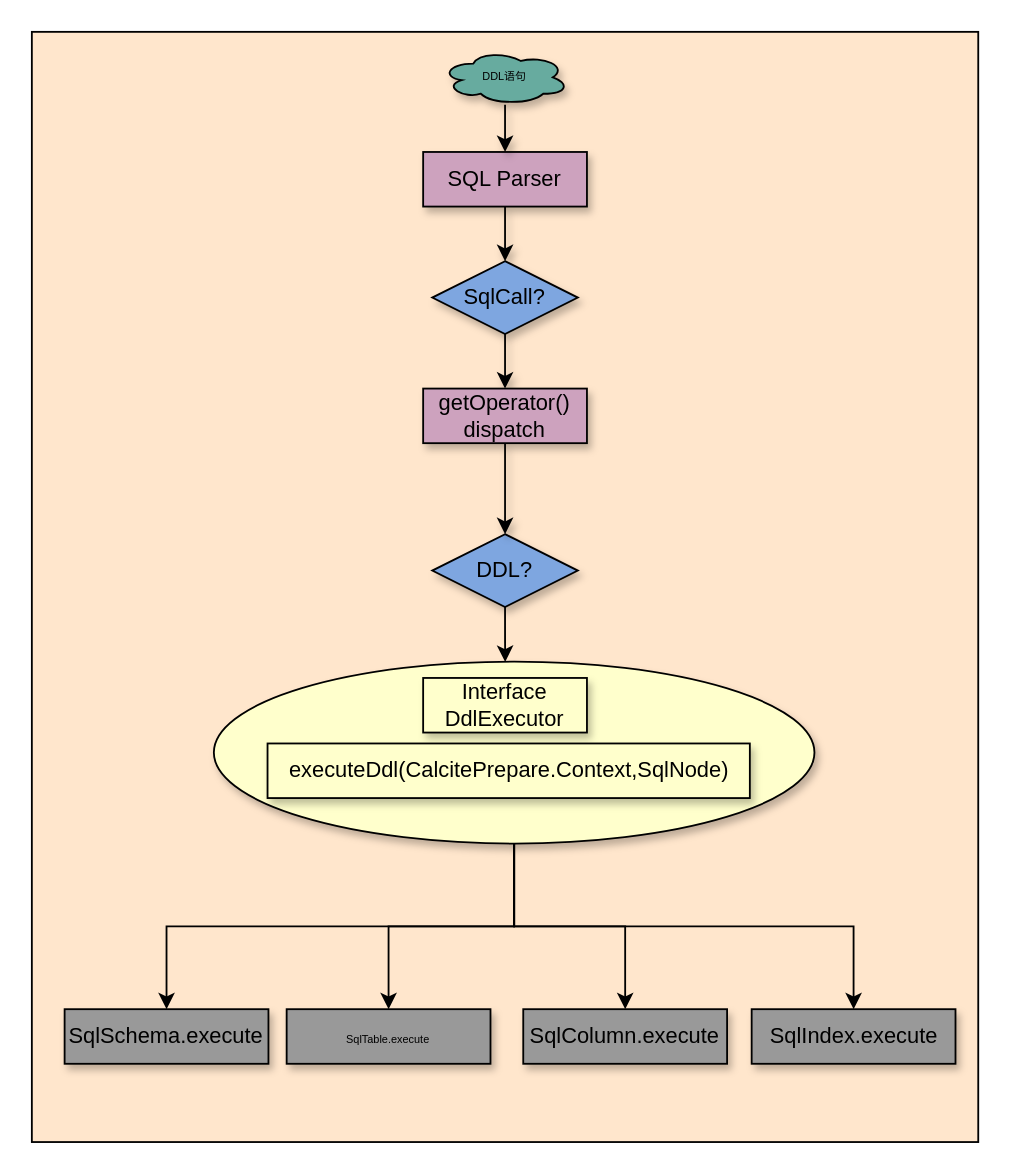
Before: parser_ddl.drawio in arlottang/tdh_bit, a draw.io diagram. Source tidied: cells renumbered, new cells numbered last; positions are measured from the earlier drawing's top-left corner, leaving out a move shared by most shapes. Both pictures are drawn from the tidied source at 182%, with x=0, y=0 at pixel (31, 31).
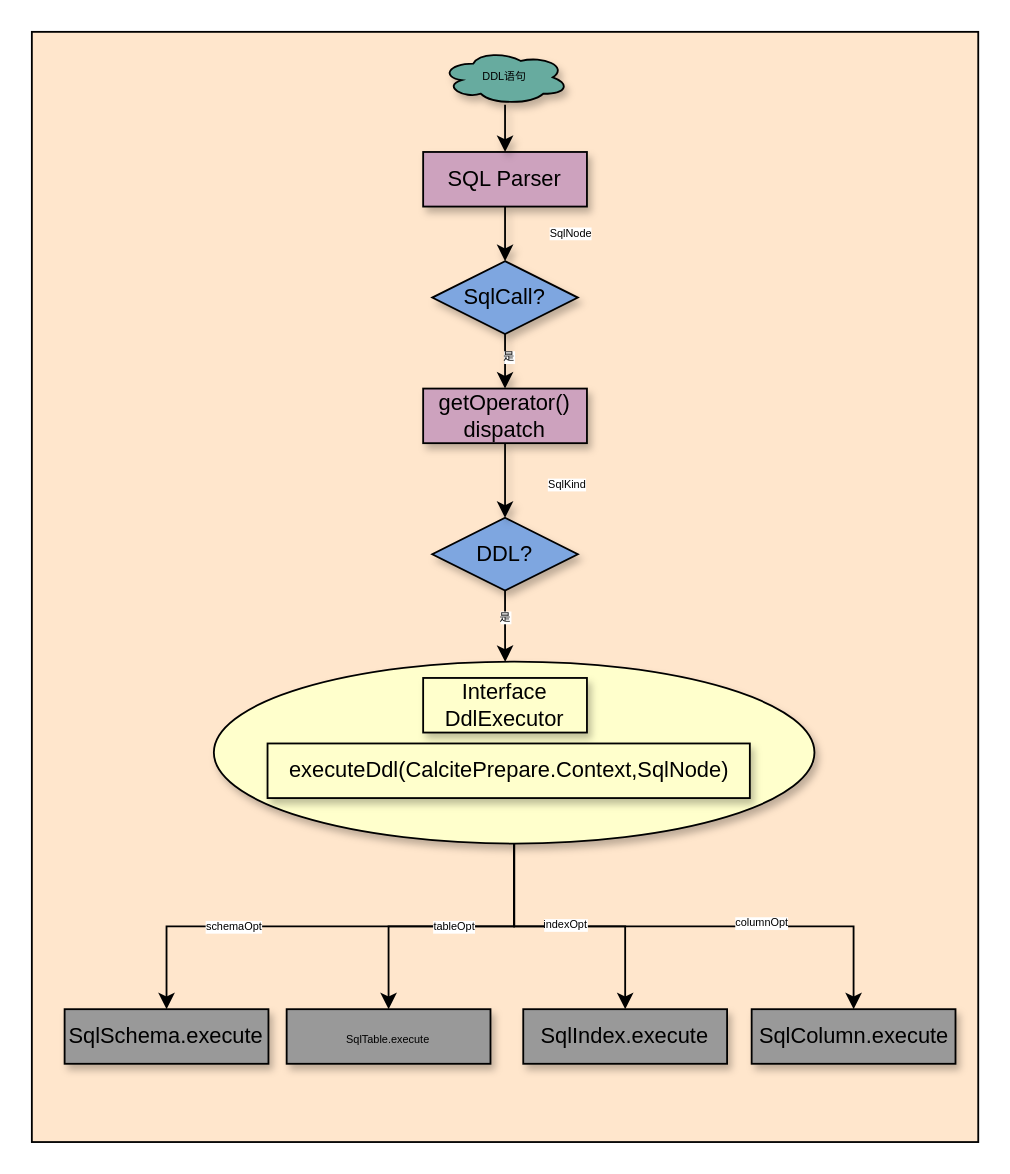
The same diagram, later.

The change refers to these unchanged cells:
```xml
<mxCell id="4" style="ellipse;whiteSpace=wrap;html=1;fillColor=#FFFFCC;shadow=1;" parent="1" vertex="1">
  <mxGeometry x="100" y="346" width="330" height="100" as="geometry" />
</mxCell>
<mxCell id="5" style="edgeStyle=orthogonalEdgeStyle;rounded=0;jettySize=auto;html=1;shadow=1;" parent="1" edge="1" source="6" target="8">
  <mxGeometry relative="1" as="geometry" />
</mxCell>
<mxCell id="7" style="edgeStyle=orthogonalEdgeStyle;rounded=0;jettySize=auto;html=1;shadow=1;" parent="1" edge="1" source="8" target="12">
  <mxGeometry relative="1" as="geometry" />
</mxCell>
<mxCell id="22" style="edgeStyle=orthogonalEdgeStyle;rounded=0;jettySize=auto;html=1;fontSize=6;exitX=0.5;exitY=1;exitDx=0;exitDy=0;" parent="1" edge="1" source="4" target="15">
  <mxGeometry relative="1" as="geometry" />
</mxCell>
<mxCell id="23" style="edgeStyle=orthogonalEdgeStyle;rounded=0;jettySize=auto;html=1;fontSize=6;exitX=0.5;exitY=1;exitDx=0;exitDy=0;" parent="1" edge="1" source="4" target="20">
  <mxGeometry relative="1" as="geometry" />
</mxCell>
```

Change to the diagram source:
```diff
@@
+    <mxCell id="24" value="SqlNode" style="edgeLabel;html=1;align=center;verticalAlign=middle;fontSize=6;fillColor=#FFE599;" parent="5" vertex="1">
+      <mxGeometry x="-0.76" relative="1" as="geometry">
+        <mxPoint x="35" y="8" as="offset" />
+      </mxGeometry>
+    </mxCell>
@@
+    <mxCell id="25" value="是" style="edgeLabel;html=1;align=center;verticalAlign=middle;fontSize=6;" parent="7" vertex="1">
+      <mxGeometry x="-0.51" y="1" relative="1" as="geometry" />
+    </mxCell>
@@
     <mxCell id="9" style="edgeStyle=orthogonalEdgeStyle;rounded=0;jettySize=auto;html=1;entryX=0.485;entryY=0.002;entryDx=0;entryDy=0;entryPerimeter=0;" parent="1" edge="1" source="10" target="4">
-      <mxGeometry relative="1" as="geometry" />
+      <mxGeometry relative="1" as="geometry">
+        <Array as="points">
+          <mxPoint x="260" y="330" />
+          <mxPoint x="260" y="330" />
+        </Array>
+      </mxGeometry>
     </mxCell>
+    <mxCell id="26" value="是" style="edgeLabel;html=1;align=center;verticalAlign=middle;fontSize=6;" parent="9" vertex="1">
+      <mxGeometry x="-0.27" y="-1" relative="1" as="geometry" />
+    </mxCell>
     <mxCell id="10" value="DDL?" style="rhombus;whiteSpace=wrap;html=1;fillColor=#7EA6E0;shadow=1;" parent="1" vertex="1">
-      <mxGeometry x="220" y="276" width="80" height="40" as="geometry" />
+      <mxGeometry x="220" y="267" width="80" height="40" as="geometry" />
     </mxCell>
@@
-    <mxCell id="17" value="SqlColumn.execute" style="rounded=0;whiteSpace=wrap;html=1;shadow=1;fillColor=#999999;" parent="1" vertex="1">
+    <mxCell id="17" value="SqlIndex.execute" style="rounded=0;whiteSpace=wrap;html=1;shadow=1;fillColor=#999999;" parent="1" vertex="1">
       <mxGeometry x="270" y="537" width="112" height="30" as="geometry" />
     </mxCell>
@@
-    <mxCell id="20" value="SqlIndex.execute" style="rounded=0;whiteSpace=wrap;html=1;shadow=1;fillColor=#999999;" parent="1" vertex="1">
+    <mxCell id="20" value="SqlColumn.execute" style="rounded=0;whiteSpace=wrap;html=1;shadow=1;fillColor=#999999;" parent="1" vertex="1">
       <mxGeometry x="395.5" y="537" width="112" height="30" as="geometry" />
     </mxCell>
@@
+    <mxCell id="27" value="schemaOpt" style="edgeLabel;html=1;align=center;verticalAlign=middle;fontSize=6;" parent="22" vertex="1">
+      <mxGeometry x="0.42" relative="1" as="geometry" />
+    </mxCell>
+    <mxCell id="28" value="tableOpt" style="edgeLabel;html=1;align=center;verticalAlign=middle;fontSize=6;" parent="22" vertex="1">
+      <mxGeometry x="-0.44" y="2" relative="1" as="geometry">
+        <mxPoint y="-2" as="offset" />
+      </mxGeometry>
+    </mxCell>
@@
+    <mxCell id="29" value="columnOpt" style="edgeLabel;html=1;align=center;verticalAlign=middle;fontSize=6;fillColor=#A9C4EB;" parent="23" vertex="1">
+      <mxGeometry x="-0.38" y="2" relative="1" as="geometry">
+        <mxPoint x="95" as="offset" />
+      </mxGeometry>
+    </mxCell>
+    <mxCell id="30" value="indexOpt" style="edgeLabel;html=1;align=center;verticalAlign=middle;fontSize=6;" parent="23" vertex="1">
+      <mxGeometry x="0.27" y="1" relative="1" as="geometry">
+        <mxPoint x="-103" as="offset" />
+      </mxGeometry>
+    </mxCell>
+    <mxCell id="31" value="SqlKind" style="edgeLabel;html=1;align=center;verticalAlign=middle;fontSize=6;" parent="1" vertex="1">
+      <mxGeometry x="309" y="119.9" as="geometry">
+        <mxPoint x="-16" y="129" as="offset" />
+      </mxGeometry>
+    </mxCell>
```
